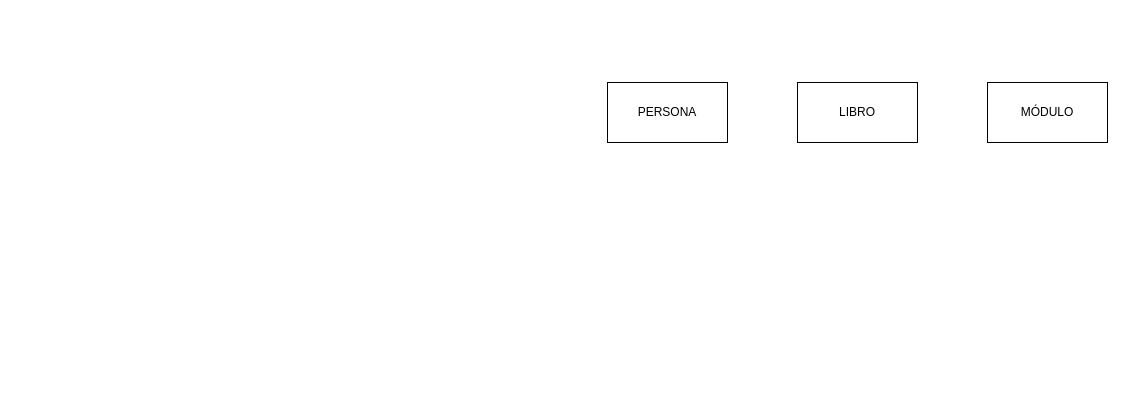
Above: media/0590/107/Tema50/Diagrama sin título.drawio in alexcatesp/WikiOpos (draw.io), before the change. Source tidied: cells renumbered, new cells numbered last; positions are measured from the earlier drawing's top-left corner, leaving out a move shared by most shapes. Both pictures are drawn from the tidied source at 100%, with x=0, y=0 at pixel (607, 82).
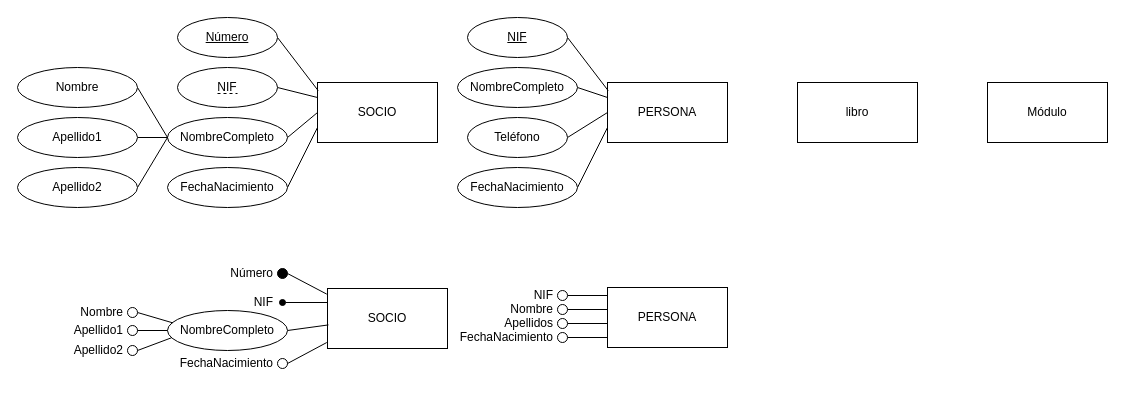
Above is the later version.

Commit message:
Nuevos diagramas

Unchanged cells that the change refers to:
```xml
<mxCell id="2" value="PERSONA" style="rounded=0;whiteSpace=wrap;html=1;" parent="1" vertex="1">
  <mxGeometry width="120" height="60" as="geometry" />
</mxCell>
```

The edit, as a diff of the source:
```diff
@@
-    <mxCell id="3" value="MÓDULO" style="rounded=0;whiteSpace=wrap;html=1;" parent="1" vertex="1">
+    <mxCell id="3" value="Módulo" style="rounded=0;whiteSpace=wrap;html=1;" parent="1" vertex="1">
       <mxGeometry x="380" width="120" height="60" as="geometry" />
     </mxCell>
-    <mxCell id="4" value="LIBRO" style="rounded=0;whiteSpace=wrap;html=1;" parent="1" vertex="1">
+    <mxCell id="4" value="libro" style="rounded=0;whiteSpace=wrap;html=1;" parent="1" vertex="1">
       <mxGeometry x="190" width="120" height="60" as="geometry" />
     </mxCell>
+    <mxCell id="5" style="edgeStyle=none;rounded=0;jettySize=auto;html=1;exitX=1;exitY=0.5;exitDx=0;exitDy=0;entryX=0;entryY=0.25;entryDx=0;entryDy=0;endArrow=none;endFill=0;" parent="1" edge="1" source="6" target="2">
+      <mxGeometry relative="1" as="geometry" />
+    </mxCell>
+    <mxCell id="6" value="NombreCompleto" style="ellipse;whiteSpace=wrap;html=1;align=center;" parent="1" vertex="1">
+      <mxGeometry x="-150" y="-15" width="120" height="40" as="geometry" />
+    </mxCell>
+    <mxCell id="7" style="rounded=0;jettySize=auto;html=1;exitX=1;exitY=0.5;exitDx=0;exitDy=0;entryX=0;entryY=0.5;entryDx=0;entryDy=0;endArrow=none;endFill=0;" parent="1" edge="1" source="8" target="2">
+      <mxGeometry relative="1" as="geometry" />
+    </mxCell>
+    <mxCell id="8" value="Teléfono" style="ellipse;whiteSpace=wrap;html=1;align=center;" parent="1" vertex="1">
+      <mxGeometry x="-140" y="35" width="100" height="40" as="geometry" />
+    </mxCell>
+    <mxCell id="9" style="edgeStyle=none;rounded=0;jettySize=auto;html=1;exitX=1;exitY=0.5;exitDx=0;exitDy=0;entryX=0;entryY=0.75;entryDx=0;entryDy=0;endArrow=none;endFill=0;" parent="1" edge="1" source="10" target="2">
+      <mxGeometry relative="1" as="geometry" />
+    </mxCell>
+    <mxCell id="10" value="FechaNacimiento" style="ellipse;whiteSpace=wrap;html=1;align=center;" parent="1" vertex="1">
+      <mxGeometry x="-150" y="85" width="120" height="40" as="geometry" />
+    </mxCell>
+    <mxCell id="11" style="edgeStyle=none;rounded=0;jettySize=auto;html=1;exitX=1;exitY=0.5;exitDx=0;exitDy=0;entryX=0.005;entryY=0.134;entryDx=0;entryDy=0;entryPerimeter=0;endArrow=none;endFill=0;" parent="1" edge="1" source="12" target="2">
+      <mxGeometry relative="1" as="geometry" />
+    </mxCell>
+    <mxCell id="12" value="&lt;u&gt;NIF&lt;/u&gt;" style="ellipse;whiteSpace=wrap;html=1;align=center;" parent="1" vertex="1">
+      <mxGeometry x="-140" y="-65" width="100" height="40" as="geometry" />
+    </mxCell>
+    <mxCell id="13" value="PERSONA" style="rounded=0;whiteSpace=wrap;html=1;" parent="1" vertex="1">
+      <mxGeometry y="205" width="120" height="60" as="geometry" />
+    </mxCell>
+    <mxCell id="14" style="group;" parent="1" vertex="1">
+      <mxGeometry x="-120" y="198" width="120" height="30" as="geometry" />
+    </mxCell>
+    <mxCell id="15" style="group;" parent="14" vertex="1">
+      <mxGeometry x="70" y="10" width="50" height="10" as="geometry" />
+    </mxCell>
+    <mxCell id="16" style="edgeStyle=none;rounded=0;jettySize=auto;html=1;endArrow=none;endFill=0;" parent="15" edge="1" target="17">
+      <mxGeometry relative="1" as="geometry">
+        <mxPoint x="50" y="5" as="sourcePoint" />
+      </mxGeometry>
+    </mxCell>
+    <mxCell id="17" style="ellipse;whiteSpace=wrap;html=1;" parent="15" vertex="1">
+      <mxGeometry width="10" height="10" as="geometry" />
+    </mxCell>
+    <mxCell id="18" value="NIF" style="text;html=1;strokeColor=none;fillColor=none;align=right;verticalAlign=middle;whiteSpace=wrap;rounded=0;" parent="14" vertex="1">
+      <mxGeometry x="8" width="60" height="30" as="geometry" />
+    </mxCell>
+    <mxCell id="19" style="group;" parent="1" vertex="1">
+      <mxGeometry x="-120" y="212" width="120" height="30" as="geometry" />
+    </mxCell>
+    <mxCell id="20" style="group;" parent="19" vertex="1">
+      <mxGeometry x="70" y="10" width="50" height="10" as="geometry" />
+    </mxCell>
+    <mxCell id="21" style="edgeStyle=none;rounded=0;jettySize=auto;html=1;endArrow=none;endFill=0;" parent="20" edge="1" target="22">
+      <mxGeometry relative="1" as="geometry">
+        <mxPoint x="50" y="5" as="sourcePoint" />
+      </mxGeometry>
+    </mxCell>
+    <mxCell id="22" style="ellipse;whiteSpace=wrap;html=1;" parent="20" vertex="1">
+      <mxGeometry width="10" height="10" as="geometry" />
+    </mxCell>
+    <mxCell id="23" value="Nombre" style="text;html=1;strokeColor=none;fillColor=none;align=right;verticalAlign=middle;whiteSpace=wrap;rounded=0;" parent="19" vertex="1">
+      <mxGeometry x="8" width="60" height="30" as="geometry" />
+    </mxCell>
+    <mxCell id="24" style="group;" parent="1" vertex="1">
+      <mxGeometry x="-120" y="226" width="120" height="30" as="geometry" />
+    </mxCell>
+    <mxCell id="25" style="group;" parent="24" vertex="1">
+      <mxGeometry x="70" y="10" width="50" height="10" as="geometry" />
+    </mxCell>
+    <mxCell id="26" style="edgeStyle=none;rounded=0;jettySize=auto;html=1;endArrow=none;endFill=0;" parent="25" edge="1" target="27">
+      <mxGeometry relative="1" as="geometry">
+        <mxPoint x="50" y="5" as="sourcePoint" />
+      </mxGeometry>
+    </mxCell>
+    <mxCell id="27" style="ellipse;whiteSpace=wrap;html=1;" parent="25" vertex="1">
+      <mxGeometry width="10" height="10" as="geometry" />
+    </mxCell>
+    <mxCell id="28" value="Apellidos" style="text;html=1;strokeColor=none;fillColor=none;align=right;verticalAlign=middle;whiteSpace=wrap;rounded=0;" parent="24" vertex="1">
+      <mxGeometry x="8" width="60" height="30" as="geometry" />
+    </mxCell>
+    <mxCell id="29" style="group;" parent="1" vertex="1">
+      <mxGeometry x="-120" y="240" width="120" height="30" as="geometry" />
+    </mxCell>
+    <mxCell id="30" style="group;" parent="29" vertex="1">
+      <mxGeometry x="70" y="10" width="50" height="10" as="geometry" />
+    </mxCell>
+    <mxCell id="31" style="edgeStyle=none;rounded=0;jettySize=auto;html=1;endArrow=none;endFill=0;" parent="30" edge="1" target="32">
+      <mxGeometry relative="1" as="geometry">
+        <mxPoint x="50" y="5" as="sourcePoint" />
+      </mxGeometry>
+    </mxCell>
+    <mxCell id="32" style="ellipse;whiteSpace=wrap;html=1;" parent="30" vertex="1">
+      <mxGeometry width="10" height="10" as="geometry" />
+    </mxCell>
+    <mxCell id="33" value="FechaNacimiento" style="text;html=1;strokeColor=none;fillColor=none;align=right;verticalAlign=middle;whiteSpace=wrap;rounded=0;" parent="29" vertex="1">
+      <mxGeometry x="-32" width="100" height="30" as="geometry" />
+    </mxCell>
+    <mxCell id="34" value="SOCIO" style="rounded=0;whiteSpace=wrap;html=1;" parent="1" vertex="1">
+      <mxGeometry x="-290" width="120" height="60" as="geometry" />
+    </mxCell>
+    <mxCell id="35" style="edgeStyle=none;rounded=0;jettySize=auto;html=1;exitX=1;exitY=0.5;exitDx=0;exitDy=0;entryX=0;entryY=0.25;entryDx=0;entryDy=0;endArrow=none;endFill=0;" parent="1" edge="1" source="36" target="34">
+      <mxGeometry relative="1" as="geometry" />
+    </mxCell>
+    <mxCell id="36" value="NIF" style="ellipse;whiteSpace=wrap;html=1;align=center;fontStyle=0;" parent="1" vertex="1">
+      <mxGeometry x="-430" y="-15" width="100" height="40" as="geometry" />
+    </mxCell>
+    <mxCell id="37" style="rounded=0;jettySize=auto;html=1;exitX=1;exitY=0.5;exitDx=0;exitDy=0;entryX=0;entryY=0.5;entryDx=0;entryDy=0;endArrow=none;endFill=0;" parent="1" edge="1" source="38" target="34">
+      <mxGeometry relative="1" as="geometry" />
+    </mxCell>
+    <mxCell id="38" value="NombreCompleto" style="ellipse;whiteSpace=wrap;html=1;align=center;" parent="1" vertex="1">
+      <mxGeometry x="-440" y="35" width="120" height="40" as="geometry" />
+    </mxCell>
+    <mxCell id="39" style="edgeStyle=none;rounded=0;jettySize=auto;html=1;exitX=1;exitY=0.5;exitDx=0;exitDy=0;entryX=0;entryY=0.75;entryDx=0;entryDy=0;endArrow=none;endFill=0;" parent="1" edge="1" source="40" target="34">
+      <mxGeometry relative="1" as="geometry" />
+    </mxCell>
+    <mxCell id="40" value="FechaNacimiento" style="ellipse;whiteSpace=wrap;html=1;align=center;" parent="1" vertex="1">
+      <mxGeometry x="-440" y="85" width="120" height="40" as="geometry" />
+    </mxCell>
+    <mxCell id="41" style="edgeStyle=none;rounded=0;jettySize=auto;html=1;exitX=1;exitY=0.5;exitDx=0;exitDy=0;entryX=0.005;entryY=0.134;entryDx=0;entryDy=0;entryPerimeter=0;endArrow=none;endFill=0;" parent="1" edge="1" source="42" target="34">
+      <mxGeometry relative="1" as="geometry" />
+    </mxCell>
+    <mxCell id="42" value="&lt;u&gt;Número&lt;/u&gt;" style="ellipse;whiteSpace=wrap;html=1;align=center;" parent="1" vertex="1">
+      <mxGeometry x="-430" y="-65" width="100" height="40" as="geometry" />
+    </mxCell>
+    <mxCell id="43" value="SOCIO" style="rounded=0;whiteSpace=wrap;html=1;" parent="1" vertex="1">
+      <mxGeometry x="-280" y="206" width="120" height="60" as="geometry" />
+    </mxCell>
+    <mxCell id="44" style="group;" parent="1" vertex="1">
+      <mxGeometry x="-400" y="176" width="120" height="30" as="geometry" />
+    </mxCell>
+    <mxCell id="45" style="group;" parent="44" vertex="1">
+      <mxGeometry x="70" y="10" width="50" height="10" as="geometry" />
+    </mxCell>
+    <mxCell id="46" style="ellipse;whiteSpace=wrap;html=1;labelBackgroundColor=default;fillColor=#000000;" parent="45" vertex="1">
+      <mxGeometry width="10" height="10" as="geometry" />
+    </mxCell>
+    <mxCell id="47" value="Número" style="text;html=1;strokeColor=none;fillColor=none;align=right;verticalAlign=middle;whiteSpace=wrap;rounded=0;" parent="44" vertex="1">
+      <mxGeometry x="8" width="60" height="30" as="geometry" />
+    </mxCell>
+    <mxCell id="48" style="group;" parent="1" vertex="1">
+      <mxGeometry x="-400" y="205" width="120" height="30" as="geometry" />
+    </mxCell>
+    <mxCell id="49" style="group;" parent="48" vertex="1">
+      <mxGeometry x="70" y="10" width="50" height="10" as="geometry" />
+    </mxCell>
+    <mxCell id="50" style="edgeStyle=none;rounded=0;jettySize=auto;html=1;endArrow=none;endFill=0;" parent="49" edge="1" target="51">
+      <mxGeometry relative="1" as="geometry">
+        <mxPoint x="50" y="5" as="sourcePoint" />
+      </mxGeometry>
+    </mxCell>
+    <mxCell id="51" style="ellipse;whiteSpace=wrap;html=1;strokeColor=#000000;fillColor=#000000;" parent="49" vertex="1">
+      <mxGeometry x="2" y="2" width="6" height="6" as="geometry" />
+    </mxCell>
+    <mxCell id="52" value="NIF" style="text;html=1;strokeColor=none;fillColor=none;align=right;verticalAlign=middle;whiteSpace=wrap;rounded=0;" parent="48" vertex="1">
+      <mxGeometry x="8" width="60" height="30" as="geometry" />
+    </mxCell>
+    <mxCell id="53" style="group;" parent="1" vertex="1">
+      <mxGeometry x="-400" y="266" width="120" height="30" as="geometry" />
+    </mxCell>
+    <mxCell id="54" style="group;" parent="53" vertex="1">
+      <mxGeometry x="70" y="10" width="50" height="10" as="geometry" />
+    </mxCell>
+    <mxCell id="55" style="ellipse;whiteSpace=wrap;html=1;" parent="54" vertex="1">
+      <mxGeometry width="10" height="10" as="geometry" />
+    </mxCell>
+    <mxCell id="56" value="FechaNacimiento" style="text;html=1;strokeColor=none;fillColor=none;align=right;verticalAlign=middle;whiteSpace=wrap;rounded=0;" parent="53" vertex="1">
+      <mxGeometry x="-32" width="100" height="30" as="geometry" />
+    </mxCell>
+    <mxCell id="57" style="endArrow=none;dashed=1;html=1;rounded=0;" parent="1" edge="1">
+      <mxGeometry relative="1" as="geometry">
+        <mxPoint x="-390" y="11" as="sourcePoint" />
+        <mxPoint x="-370" y="11" as="targetPoint" />
+      </mxGeometry>
+    </mxCell>
+    <mxCell id="58" style="edgeStyle=none;rounded=0;jettySize=auto;html=1;exitX=1;exitY=0.5;exitDx=0;exitDy=0;entryX=0;entryY=0.5;entryDx=0;entryDy=0;endArrow=none;endFill=0;" parent="1" edge="1" source="59" target="38">
+      <mxGeometry relative="1" as="geometry" />
+    </mxCell>
+    <mxCell id="59" value="Nombre" style="ellipse;whiteSpace=wrap;html=1;align=center;" parent="1" vertex="1">
+      <mxGeometry x="-590" y="-15" width="120" height="40" as="geometry" />
+    </mxCell>
+    <mxCell id="60" style="edgeStyle=none;rounded=0;jettySize=auto;html=1;exitX=1;exitY=0.5;exitDx=0;exitDy=0;entryX=0;entryY=0.5;entryDx=0;entryDy=0;endArrow=none;endFill=0;" parent="1" edge="1" source="61" target="38">
+      <mxGeometry relative="1" as="geometry" />
+    </mxCell>
+    <mxCell id="61" value="Apellido1" style="ellipse;whiteSpace=wrap;html=1;align=center;" parent="1" vertex="1">
+      <mxGeometry x="-590" y="35" width="120" height="40" as="geometry" />
+    </mxCell>
+    <mxCell id="62" style="edgeStyle=none;rounded=0;jettySize=auto;html=1;exitX=1;exitY=0.5;exitDx=0;exitDy=0;endArrow=none;endFill=0;entryX=0;entryY=0.5;entryDx=0;entryDy=0;" parent="1" edge="1" source="63" target="38">
+      <mxGeometry relative="1" as="geometry" />
+    </mxCell>
+    <mxCell id="63" value="Apellido2" style="ellipse;whiteSpace=wrap;html=1;align=center;" parent="1" vertex="1">
+      <mxGeometry x="-590" y="85" width="120" height="40" as="geometry" />
+    </mxCell>
+    <mxCell id="64" style="edgeStyle=none;rounded=0;jettySize=auto;html=1;endArrow=none;endFill=0;entryX=-0.006;entryY=0.9;entryDx=0;entryDy=0;entryPerimeter=0;exitX=1;exitY=0.5;exitDx=0;exitDy=0;" parent="1" edge="1" source="55" target="43">
+      <mxGeometry relative="1" as="geometry" />
+    </mxCell>
+    <mxCell id="65" style="edgeStyle=none;rounded=0;jettySize=auto;html=1;endArrow=none;endFill=0;exitX=1;exitY=0.5;exitDx=0;exitDy=0;entryX=-0.006;entryY=0.094;entryDx=0;entryDy=0;entryPerimeter=0;" parent="1" edge="1" source="46" target="43">
+      <mxGeometry relative="1" as="geometry" />
+    </mxCell>
+    <mxCell id="66" style="edgeStyle=none;rounded=0;jettySize=auto;html=1;endArrow=none;endFill=0;exitX=1;exitY=0.5;exitDx=0;exitDy=0;entryX=0.008;entryY=0.607;entryDx=0;entryDy=0;entryPerimeter=0;" parent="1" edge="1" source="67" target="43">
+      <mxGeometry relative="1" as="geometry" />
+    </mxCell>
+    <mxCell id="67" value="NombreCompleto" style="ellipse;whiteSpace=wrap;html=1;align=center;" parent="1" vertex="1">
+      <mxGeometry x="-440" y="228" width="120" height="40" as="geometry" />
+    </mxCell>
+    <mxCell id="68" style="edgeStyle=none;rounded=0;jettySize=auto;html=1;endArrow=none;endFill=0;entryX=0.045;entryY=0.31;entryDx=0;entryDy=0;entryPerimeter=0;exitX=1;exitY=0.5;exitDx=0;exitDy=0;" parent="1" edge="1" source="70" target="67">
+      <mxGeometry relative="1" as="geometry" />
+    </mxCell>
+    <mxCell id="69" style="group;" parent="1" vertex="1">
+      <mxGeometry x="-550" y="250" width="120" height="30" as="geometry" />
+    </mxCell>
+    <mxCell id="70" style="ellipse;whiteSpace=wrap;html=1;" parent="69" vertex="1">
+      <mxGeometry x="70" y="-25" width="10" height="10" as="geometry" />
+    </mxCell>
+    <mxCell id="71" value="Nombre" style="text;html=1;strokeColor=none;fillColor=none;align=right;verticalAlign=middle;whiteSpace=wrap;rounded=0;" parent="69" vertex="1">
+      <mxGeometry x="-40" y="-35" width="108" height="30" as="geometry" />
+    </mxCell>
+    <mxCell id="72" style="ellipse;whiteSpace=wrap;html=1;" parent="69" vertex="1">
+      <mxGeometry x="70" y="-7" width="10" height="10" as="geometry" />
+    </mxCell>
+    <mxCell id="73" value="Apellido1" style="text;html=1;strokeColor=none;fillColor=none;align=right;verticalAlign=middle;whiteSpace=wrap;rounded=0;" parent="69" vertex="1">
+      <mxGeometry x="-40" y="-17" width="108" height="30" as="geometry" />
+    </mxCell>
+    <mxCell id="74" style="ellipse;whiteSpace=wrap;html=1;" parent="69" vertex="1">
+      <mxGeometry x="70" y="13" width="10" height="10" as="geometry" />
+    </mxCell>
+    <mxCell id="75" value="Apellido2" style="text;html=1;strokeColor=none;fillColor=none;align=right;verticalAlign=middle;whiteSpace=wrap;rounded=0;" parent="69" vertex="1">
+      <mxGeometry x="-40" y="3" width="108" height="30" as="geometry" />
+    </mxCell>
+    <mxCell id="76" style="edgeStyle=none;rounded=0;jettySize=auto;html=1;exitX=1;exitY=0.5;exitDx=0;exitDy=0;entryX=0;entryY=0.5;entryDx=0;entryDy=0;endArrow=none;endFill=0;" parent="1" edge="1" source="72" target="67">
+      <mxGeometry relative="1" as="geometry" />
+    </mxCell>
+    <mxCell id="77" style="edgeStyle=none;rounded=0;jettySize=auto;html=1;exitX=1;exitY=0.5;exitDx=0;exitDy=0;entryX=0.035;entryY=0.68;entryDx=0;entryDy=0;entryPerimeter=0;endArrow=none;endFill=0;" parent="1" edge="1" source="74" target="67">
+      <mxGeometry relative="1" as="geometry" />
+    </mxCell>
```
